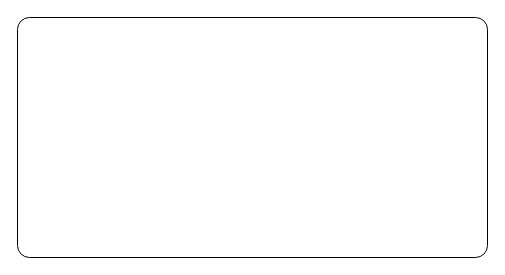
The draw.io diagram 架构图.drawio in suqcnn/12306, before the edit. Source tidied: cells renumbered, new cells numbered last; positions are measured from the earlier drawing's top-left corner, leaving out a move shared by most shapes. Both pictures are drawn from the tidied source at 100%, with x=0, y=0 at pixel (17, 17).
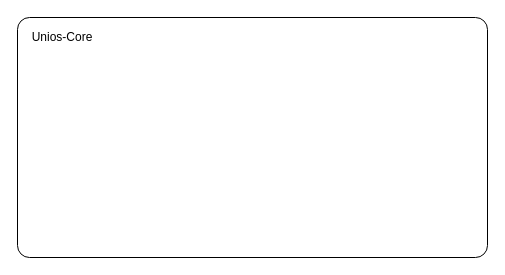
Above is the later version.

What changed in the source:
```diff
@@
 <mxGraphModel>
   <root>
     <mxCell id="0" />
     <mxCell id="1" parent="0" />
     <mxCell id="2" style="rounded=1;whiteSpace=wrap;html=1;arcSize=5;" parent="1" vertex="1">
       <mxGeometry width="470" height="240" as="geometry" />
     </mxCell>
+    <mxCell id="3" value="Unios-Core" style="text;html=1;strokeColor=none;fillColor=none;align=center;verticalAlign=middle;whiteSpace=wrap;rounded=0;" parent="1" vertex="1">
+      <mxGeometry x="10" y="10" width="70" height="20" as="geometry" />
+    </mxCell>
   </root>
 </mxGraphModel>
```
